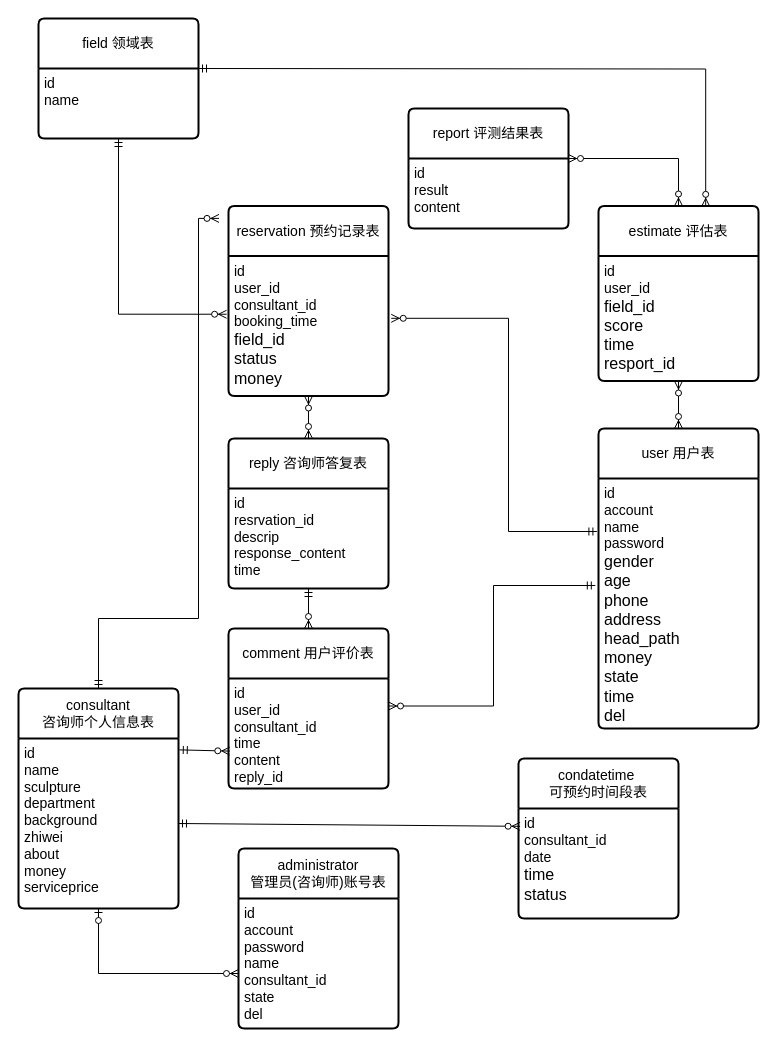
The draw.io diagram 未命名绘图.drawio in 1932469250/Android_MusicPlayer, before the edit. Source tidied: cells renumbered, new cells numbered last; positions are measured from the earlier drawing's top-left corner, leaving out a move shared by most shapes. Both pictures are drawn from the tidied source at 100%, with x=0, y=0 at pixel (18, 18).
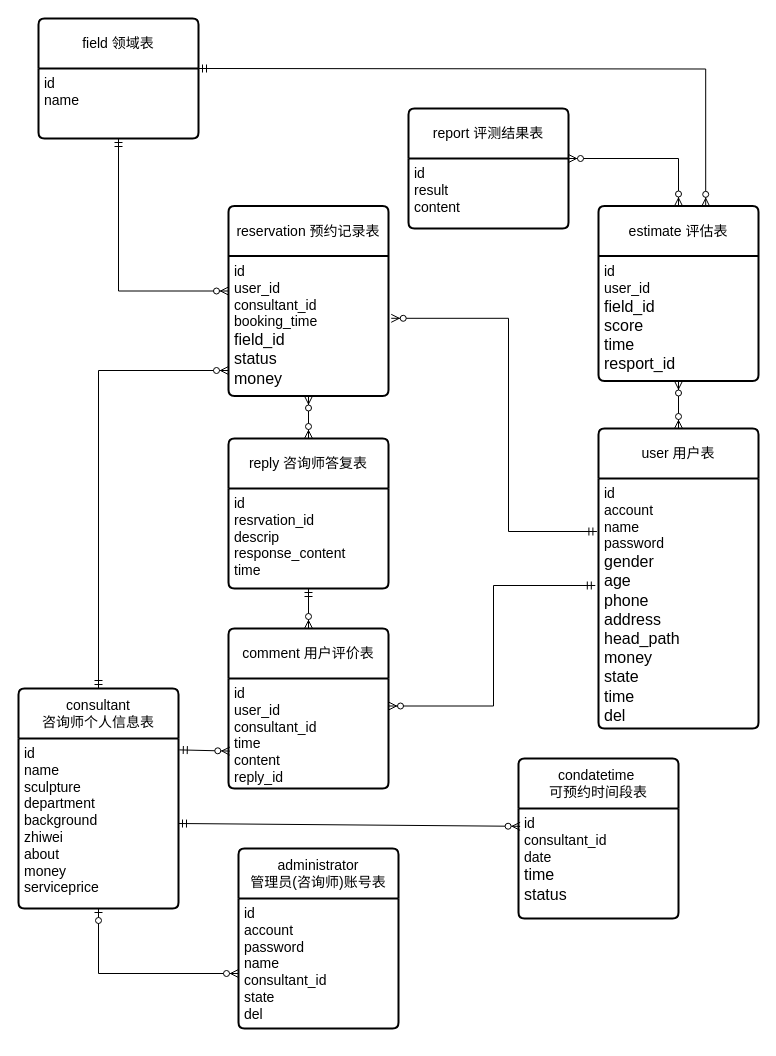
Above is the later version.

The change refers to these unchanged cells:
```xml
<mxCell id="4" value="&lt;font style=&quot;font-size: 14px;&quot;&gt;id&lt;br&gt;name&lt;/font&gt;" style="align=left;strokeColor=none;fillColor=none;spacingLeft=4;fontSize=12;verticalAlign=top;html=1;" parent="3" vertex="1">
  <mxGeometry y="50" width="160" height="70" as="geometry" />
</mxCell>
<mxCell id="7" value="&lt;font style=&quot;font-size: 14px;&quot;&gt;id&lt;br&gt;user_id&lt;br&gt;consultant_id&lt;br&gt;booking_time&lt;/font&gt;&lt;div&gt;&lt;font size=&quot;3&quot;&gt;field_id&lt;br&gt;status&lt;br&gt;money&lt;/font&gt;&lt;/div&gt;" style="align=left;strokeColor=none;fillColor=none;spacingLeft=4;fontSize=12;verticalAlign=top;html=1;" parent="6" vertex="1">
  <mxGeometry y="50" width="160" height="140" as="geometry" />
</mxCell>
<mxCell id="25" value="consultant&lt;div&gt;咨询师个人信息表&lt;/div&gt;" style="swimlane;horizontal=1;startSize=50;rounded=1;fontSize=14;fontStyle=0;strokeWidth=2;shadow=0;dashed=0;align=center;arcSize=4;whiteSpace=wrap;html=1;" parent="1" vertex="1">
  <mxGeometry y="670" width="160" height="220" as="geometry" />
</mxCell>
```

Change to the diagram source:
```diff
@@
-    <mxCell id="27" style="fontSize=12;html=1;endArrow=ERzeroToMany;startArrow=ERmandOne;rounded=0;entryX=-0.012;entryY=0.416;entryDx=0;entryDy=0;entryPerimeter=0;edgeStyle=orthogonalEdgeStyle;exitX=0.5;exitY=1;exitDx=0;exitDy=0;" parent="1" edge="1" source="4" target="7">
+    <mxCell id="27" style="fontSize=12;html=1;endArrow=ERzeroToMany;startArrow=ERmandOne;rounded=0;entryX=0;entryY=0.25;entryDx=0;entryDy=0;edgeStyle=orthogonalEdgeStyle;exitX=0.5;exitY=1;exitDx=0;exitDy=0;" parent="1" edge="1" source="4" target="7">
       <mxGeometry relative="1" as="geometry">
         <Array as="points">
-          <mxPoint x="100" y="296" />
+          <mxPoint x="100" y="273" />
+          <mxPoint x="210" y="273" />
         </Array>
       </mxGeometry>
     </mxCell>
@@
-    <mxCell id="37" style="fontSize=12;html=1;endArrow=ERzeroToMany;startArrow=ERmandOne;rounded=0;edgeStyle=orthogonalEdgeStyle;entryX=0.003;entryY=0.674;entryDx=0;entryDy=0;entryPerimeter=0;exitX=0.5;exitY=0;exitDx=0;exitDy=0;" parent="1" edge="1" source="25">
+    <mxCell id="37" style="fontSize=12;html=1;endArrow=ERzeroToMany;startArrow=ERmandOne;rounded=0;edgeStyle=orthogonalEdgeStyle;exitX=0.5;exitY=0;exitDx=0;exitDy=0;" parent="1" edge="1" source="25">
       <mxGeometry relative="1" as="geometry">
-        <mxPoint x="200.5" y="199.9" as="targetPoint" />
+        <mxPoint x="210" y="352" as="targetPoint" />
         <Array as="points">
-          <mxPoint x="80" y="600" />
-          <mxPoint x="180" y="600" />
-          <mxPoint x="180" y="200" />
+          <mxPoint x="80" y="352" />
         </Array>
       </mxGeometry>
     </mxCell>
```
